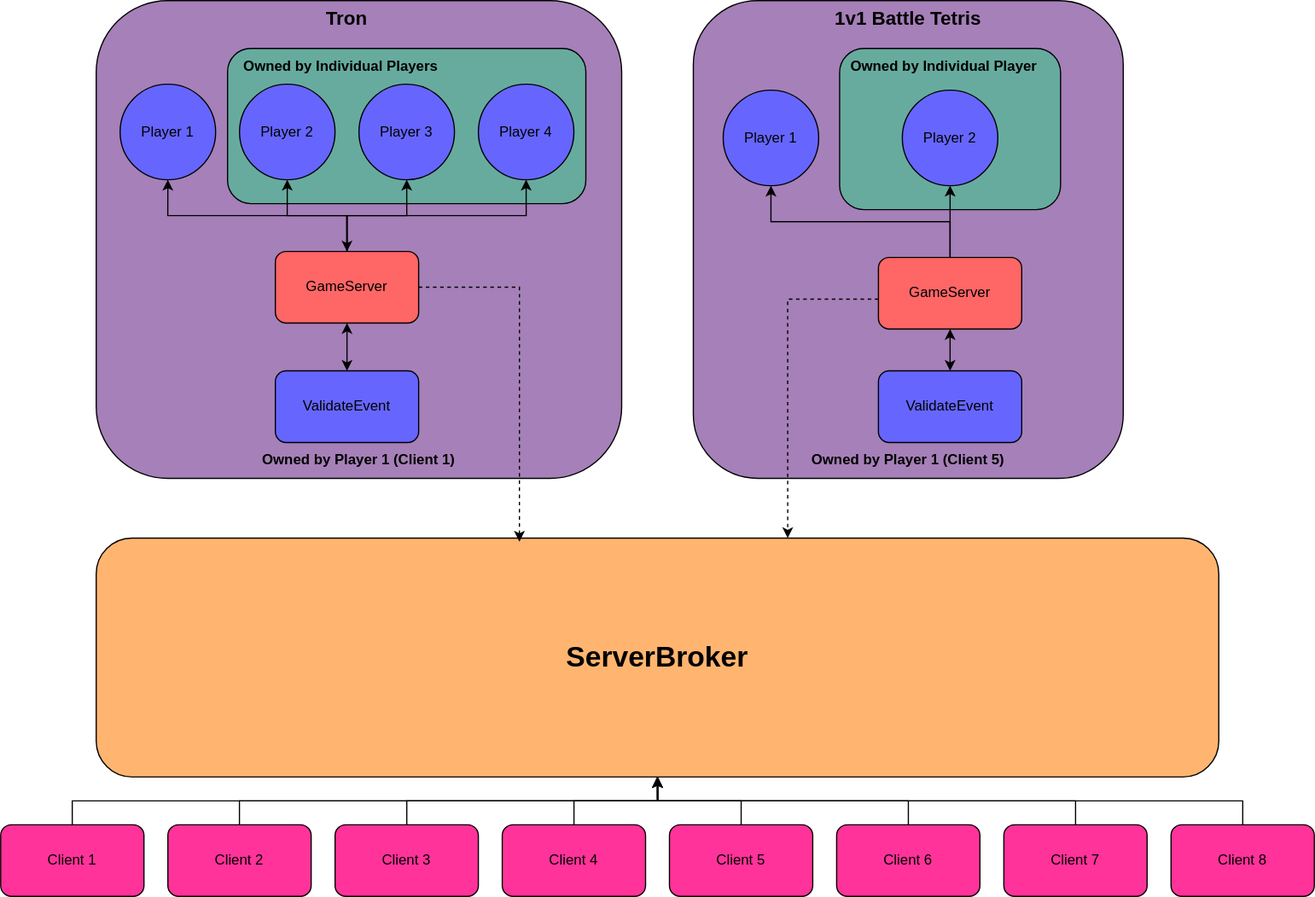
This is topology/HalligameTopology.drawio.svg from cole-glotfelty/Halligame, a draw.io export, as it was before one commit. Source tidied: cells renumbered, new cells last; positions are measured from the earlier drawing's top-left corner, leaving out a move shared by most shapes.
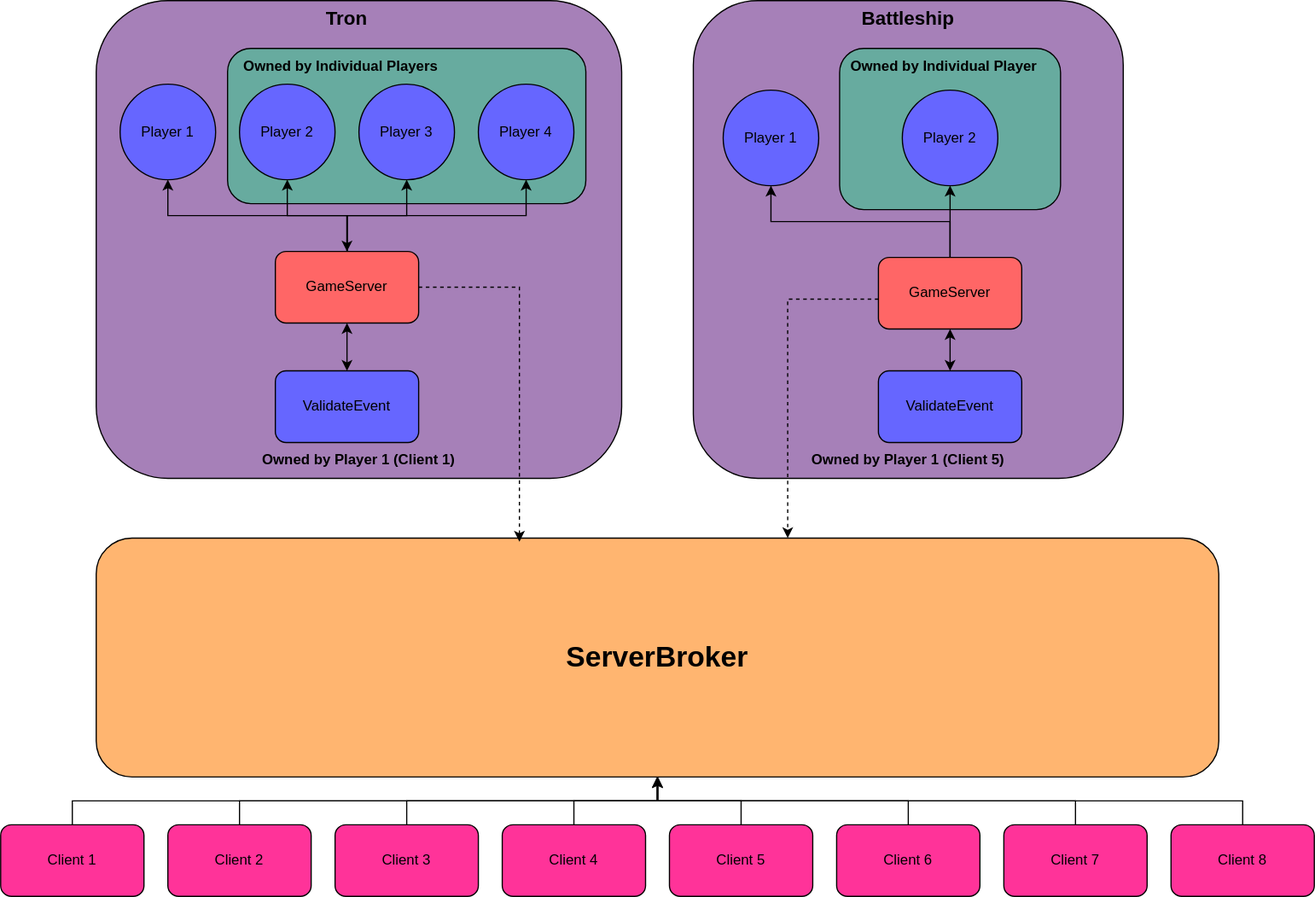
After the commit.

Change to the diagram source:
```diff
@@ -148,7 +148,7 @@
     <mxCell id="47" value="&lt;b&gt;&lt;font style=&quot;font-size: 16px;&quot;&gt;Tron&lt;/font&gt;&lt;/b&gt;" style="text;html=1;align=center;verticalAlign=middle;whiteSpace=wrap;rounded=0;" parent="1" vertex="1">
       <mxGeometry x="260" width="60" height="30" as="geometry" />
     </mxCell>
-    <mxCell id="48" value="&lt;b&gt;&lt;font style=&quot;font-size: 16px;&quot;&gt;1v1 Battle Tetris&lt;/font&gt;&lt;/b&gt;" style="text;html=1;align=center;verticalAlign=middle;whiteSpace=wrap;rounded=0;" parent="1" vertex="1">
+    <mxCell id="48" value="&lt;b&gt;&lt;font style=&quot;font-size: 16px;&quot;&gt;Battleship&lt;/font&gt;&lt;/b&gt;" style="text;html=1;align=center;verticalAlign=middle;whiteSpace=wrap;rounded=0;" parent="1" vertex="1">
       <mxGeometry x="671.2" width="177.5" height="30" as="geometry" />
     </mxCell>
   </root>
```
